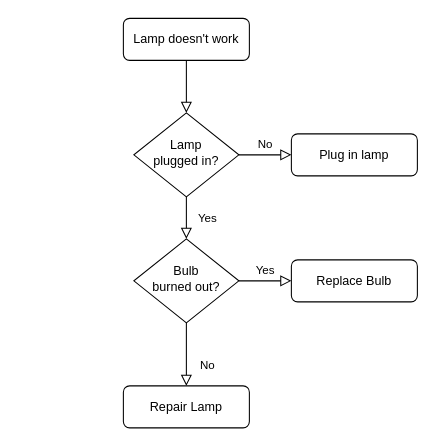
Above: Untitled Diagram.drawio in duceysane10/php-course (draw.io), before the change. Source tidied: cells renumbered, new cells numbered last; positions are measured from the earlier drawing's top-left corner, leaving out a move shared by most shapes. Both pictures are drawn from the tidied source at 105%, with x=0, y=0 at pixel (123, 18).
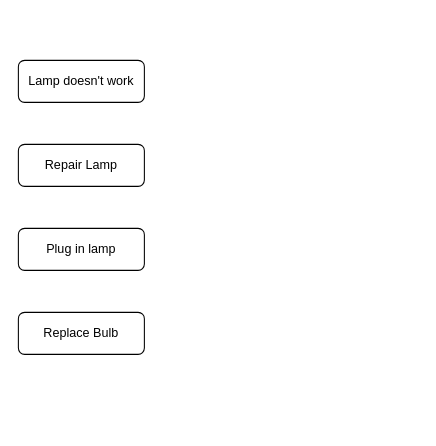
The same page after the edit.

Commit message:
DevOps Visual Model.drawio

What changed in the source:
```diff
@@
 <mxGraphModel>
   <root>
     <mxCell id="0" />
     <mxCell id="1" parent="0" />
-    <mxCell id="2" style="rounded=0;html=1;jettySize=auto;fontSize=11;endArrow=block;endFill=0;endSize=8;strokeWidth=1;shadow=0;labelBackgroundColor=none;edgeStyle=orthogonalEdgeStyle;" parent="1" edge="1" source="3" target="6">
-      <mxGeometry relative="1" as="geometry" />
-    </mxCell>
     <mxCell id="3" value="Lamp doesn't work" style="rounded=1;whiteSpace=wrap;html=1;fontSize=12;glass=0;strokeWidth=1;shadow=0;" parent="1" vertex="1">
-      <mxGeometry width="120" height="40" as="geometry" />
+      <mxGeometry x="-100" y="40" width="120" height="40" as="geometry" />
     </mxCell>
-    <mxCell id="4" value="Yes" style="rounded=0;html=1;jettySize=auto;fontSize=11;endArrow=block;endFill=0;endSize=8;strokeWidth=1;shadow=0;labelBackgroundColor=none;edgeStyle=orthogonalEdgeStyle;" parent="1" edge="1" source="6" target="10">
-      <mxGeometry y="20" relative="1" as="geometry" />
-    </mxCell>
-    <mxCell id="5" value="No" style="edgeStyle=orthogonalEdgeStyle;rounded=0;html=1;jettySize=auto;fontSize=11;endArrow=block;endFill=0;endSize=8;strokeWidth=1;shadow=0;labelBackgroundColor=none;" parent="1" edge="1" source="6" target="7">
-      <mxGeometry y="10" relative="1" as="geometry" />
-    </mxCell>
-    <mxCell id="6" value="Lamp&lt;br&gt;plugged in?" style="rhombus;whiteSpace=wrap;html=1;shadow=0;fontFamily=Helvetica;fontSize=12;align=center;strokeWidth=1;spacing=6;spacingTop=-4;" parent="1" vertex="1">
-      <mxGeometry x="10" y="90" width="100" height="80" as="geometry" />
-    </mxCell>
     <mxCell id="7" value="Plug in lamp" style="rounded=1;whiteSpace=wrap;html=1;fontSize=12;glass=0;strokeWidth=1;shadow=0;" parent="1" vertex="1">
-      <mxGeometry x="160" y="110" width="120" height="40" as="geometry" />
+      <mxGeometry x="-100" y="200" width="120" height="40" as="geometry" />
     </mxCell>
-    <mxCell id="8" value="No" style="rounded=0;html=1;jettySize=auto;fontSize=11;endArrow=block;endFill=0;endSize=8;strokeWidth=1;shadow=0;labelBackgroundColor=none;edgeStyle=orthogonalEdgeStyle;" parent="1" edge="1" source="10" target="11">
-      <mxGeometry x="0.33" y="20" relative="1" as="geometry" />
-    </mxCell>
-    <mxCell id="9" value="Yes" style="edgeStyle=orthogonalEdgeStyle;rounded=0;html=1;jettySize=auto;fontSize=11;endArrow=block;endFill=0;endSize=8;strokeWidth=1;shadow=0;labelBackgroundColor=none;" parent="1" edge="1" source="10" target="12">
-      <mxGeometry y="10" relative="1" as="geometry" />
-    </mxCell>
-    <mxCell id="10" value="Bulb&lt;br&gt;burned out?" style="rhombus;whiteSpace=wrap;html=1;shadow=0;fontFamily=Helvetica;fontSize=12;align=center;strokeWidth=1;spacing=6;spacingTop=-4;" parent="1" vertex="1">
-      <mxGeometry x="10" y="210" width="100" height="80" as="geometry" />
-    </mxCell>
     <mxCell id="11" value="Repair Lamp" style="rounded=1;whiteSpace=wrap;html=1;fontSize=12;glass=0;strokeWidth=1;shadow=0;" parent="1" vertex="1">
-      <mxGeometry y="350" width="120" height="40" as="geometry" />
+      <mxGeometry x="-100" y="120" width="120" height="40" as="geometry" />
     </mxCell>
     <mxCell id="12" value="Replace Bulb" style="rounded=1;whiteSpace=wrap;html=1;fontSize=12;glass=0;strokeWidth=1;shadow=0;" parent="1" vertex="1">
-      <mxGeometry x="160" y="230" width="120" height="40" as="geometry" />
+      <mxGeometry x="-100" y="280" width="120" height="40" as="geometry" />
     </mxCell>
   </root>
 </mxGraphModel>
```
